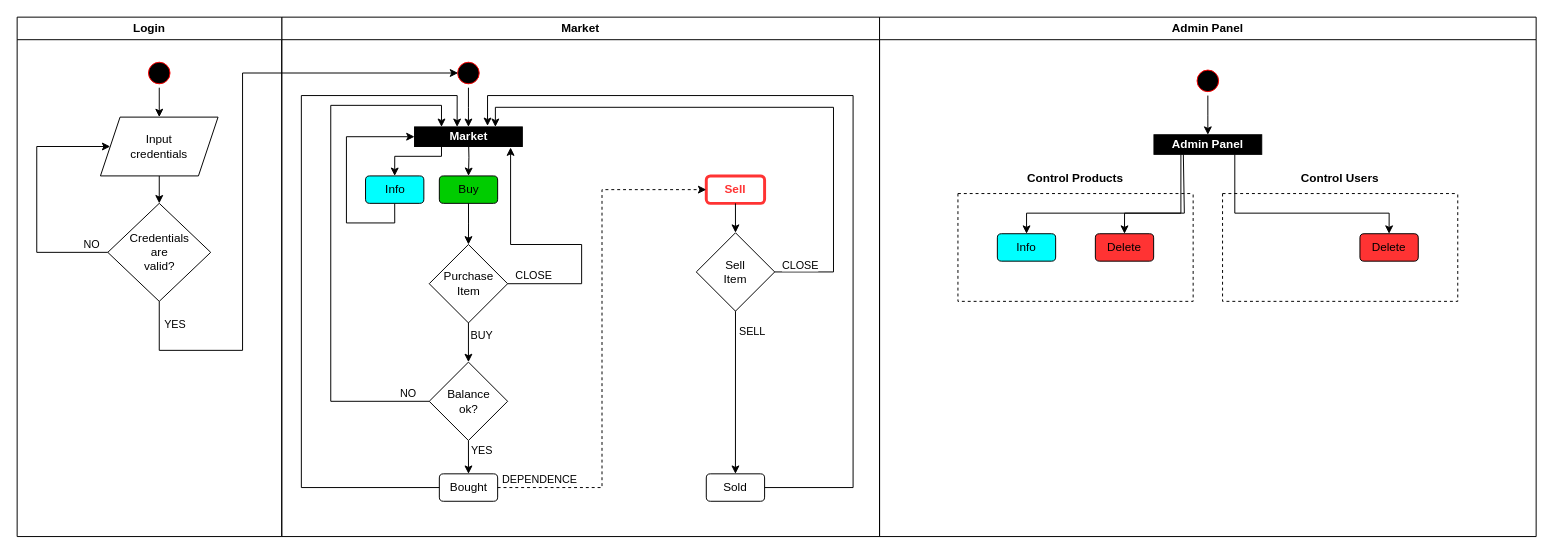
andreychahovsky/Doca-projet keeps this draw.io diagram as page "diagrammes d'activité ADMIN" (2 of 4) of Diagrammes/activity.drawio. Above is the earlier version. Source tidied: cells renumbered, new cells numbered last; positions are measured from the earlier drawing's top-left corner, leaving out a move shared by most shapes. Both pictures are drawn from the tidied source at 98%, with x=0, y=0 at pixel (17, 17).
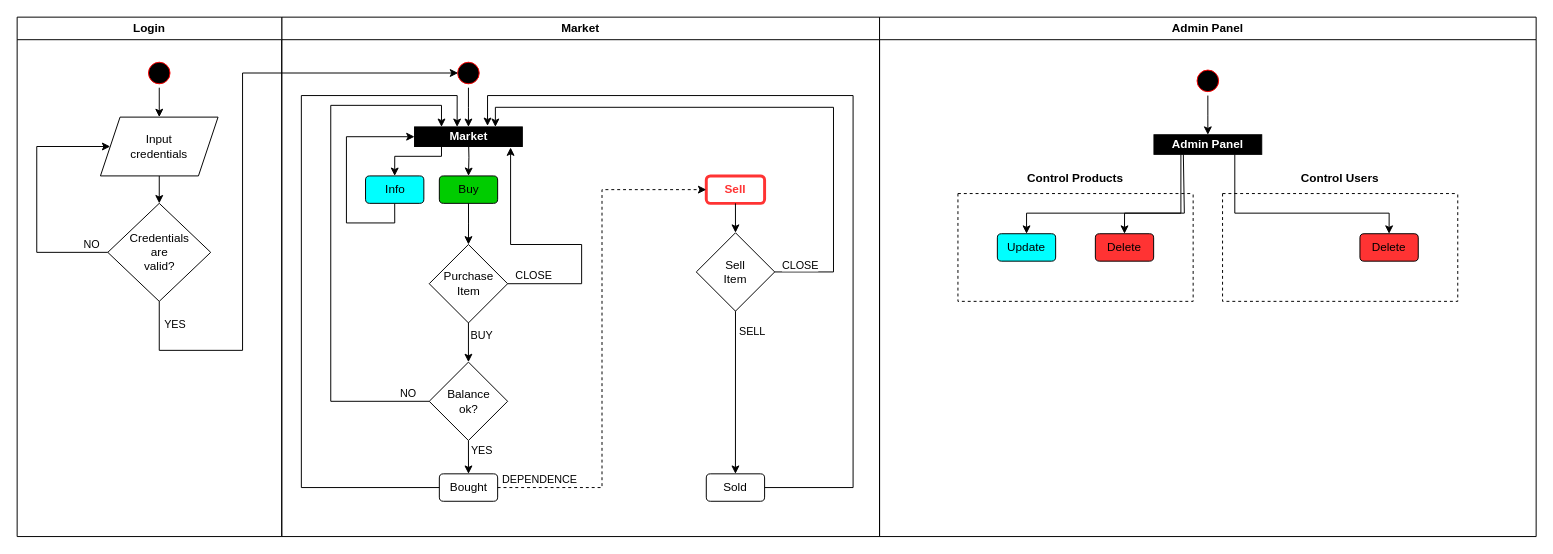
The same diagram, later.

Unchanged cells that the change refers to:
```xml
<mxCell id="51" style="swimlane;startSize=0;dashed=1;" parent="45" vertex="1">
  <mxGeometry x="80" y="180" width="240" height="110" as="geometry" />
</mxCell>
```

The edit, as a diff of the source:
```diff
@@
-    <mxCell id="52" value="Info" style="rounded=1;whiteSpace=wrap;html=1;fillColor=#00FFFF;" parent="51" vertex="1">
+    <mxCell id="52" value="Update" style="rounded=1;whiteSpace=wrap;html=1;fillColor=#00FFFF;" parent="51" vertex="1">
       <mxGeometry x="40.2" y="41" width="59.5" height="28" as="geometry" />
     </mxCell>
```
